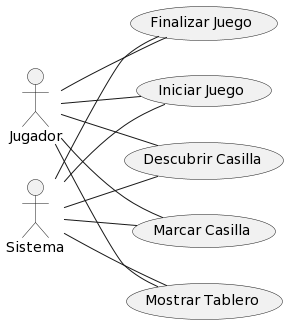
XIMaxi/Proyecto_Arqui keeps this PlantUML diagram as Diagramas/DiagramaCasoUso.png. Above is the earlier version. Its diagram source:
```plantuml
@startuml
left to right direction

actor Jugador as J
actor Sistema as S
usecase "Iniciar Juego" as U1
usecase "Descubrir Casilla" as U2
usecase "Marcar Casilla" as U3
usecase "Mostrar Tablero" as U4
usecase "Finalizar Juego" as U5

J -- U1
J -- U2
J -- U3
J -- U4
J -- U5

S -- U1
S -- U2
S -- U3
S -- U4
S -- U5
@enduml
```
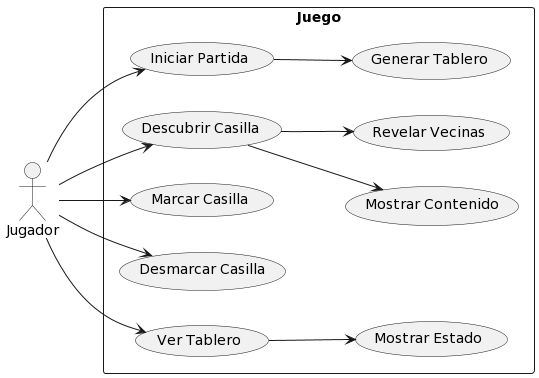
The same file after the commit.

Commit message:
cambio diagrama Caso uso

Change to the diagram source:
```diff
@@ -2,22 +2,16 @@
 left to right direction
 
 actor Jugador as J
-actor Sistema as S
-usecase "Iniciar Juego" as U1
-usecase "Descubrir Casilla" as U2
-usecase "Marcar Casilla" as U3
-usecase "Mostrar Tablero" as U4
-usecase "Finalizar Juego" as U5
-
-J -- U1
-J -- U2
-J -- U3
-J -- U4
-J -- U5
-
-S -- U1
-S -- U2
-S -- U3
-S -- U4
-S -- U5
+rectangle Juego {
+  J --> (Iniciar Partida)
+  J --> (Descubrir Casilla)
+  J --> (Marcar Casilla)
+  J --> (Desmarcar Casilla)
+  J --> (Ver Tablero)
+  (Iniciar Partida) --> (Generar Tablero)
+  (Descubrir Casilla) --> (Mostrar Contenido)
+  (Descubrir Casilla) --> (Revelar Vecinas)
+  (Marcar Casilla)
+  (Ver Tablero) --> (Mostrar Estado)
+}
 @enduml
```
